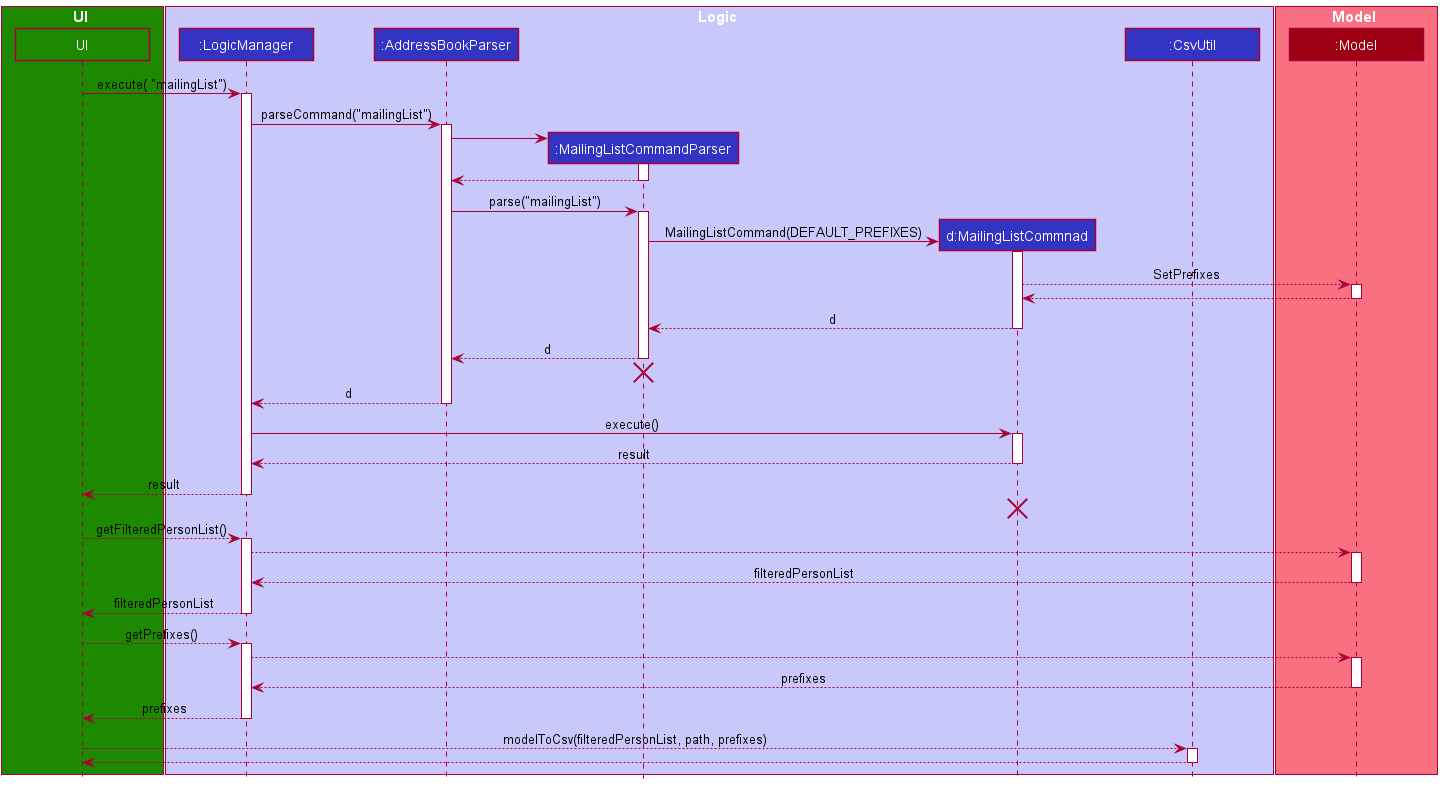
Earlier version of the PlantUML export docs/images/MailingListSequenceDiagram.png (nus-cs2103-AY2122S1/tp). Its diagram source:
```plantuml
@startuml
!include style.puml

box UI UI_COLOR
skinparam minClassWidth 120
participant "UI" as UI UI_COLOR
end box

box Logic LOGIC_COLOR_T1
participant ":LogicManager" as LogicManager LOGIC_COLOR
participant ":AddressBookParser" as AddressBookParser LOGIC_COLOR
participant ":MailingListCommandParser" as MailingListCommandParser LOGIC_COLOR
participant "d:MailingListCommnad" as MailingListCommand LOGIC_COLOR
participant ":CsvUtil" as CsvUtil LOGIC_COLOR
end box

box Model MODEL_COLOR_T1
participant ":Model" as Model MODEL_COLOR
end box

UI -> LogicManager : execute( "mailingList")
activate LogicManager

LogicManager -> AddressBookParser : parseCommand("mailingList")
activate AddressBookParser

create MailingListCommandParser
AddressBookParser -> MailingListCommandParser
activate MailingListCommandParser

MailingListCommandParser --> AddressBookParser
deactivate MailingListCommandParser

AddressBookParser -> MailingListCommandParser : parse("mailingList")
activate MailingListCommandParser

create MailingListCommand
MailingListCommandParser -> MailingListCommand : MailingListCommand(DEFAULT_PREFIXES)
activate MailingListCommand

MailingListCommand --> Model : SetPrefixes
activate Model
Model --> MailingListCommand
deactivate Model

MailingListCommand --> MailingListCommandParser : d
deactivate MailingListCommand

MailingListCommandParser --> AddressBookParser  : d
deactivate MailingListCommandParser
MailingListCommandParser -[hidden]-> AddressBookParser
destroy MailingListCommandParser

AddressBookParser --> LogicManager  : d
deactivate AddressBookParser

LogicManager -> MailingListCommand : execute()
activate MailingListCommand


MailingListCommand --> LogicManager : result
deactivate MailingListCommand

UI <--LogicManager: result
deactivate LogicManager
MailingListCommand -[hidden]-> LogicManager
destroy MailingListCommand

UI --> LogicManager : getFilteredPersonList()
activate LogicManager
LogicManager --> Model
activate Model
Model --> LogicManager : filteredPersonList
deactivate Model
LogicManager --> UI : filteredPersonList
deactivate LogicManager

UI --> LogicManager : getPrefixes()
activate LogicManager
LogicManager --> Model
activate Model
Model --> LogicManager : prefixes
deactivate Model
LogicManager --> UI : prefixes
deactivate LogicManager


UI --> CsvUtil : modelToCsv(filteredPersonList, path, prefixes)
activate CsvUtil
CsvUtil --> UI
deactivate CsvUtil
@enduml
```
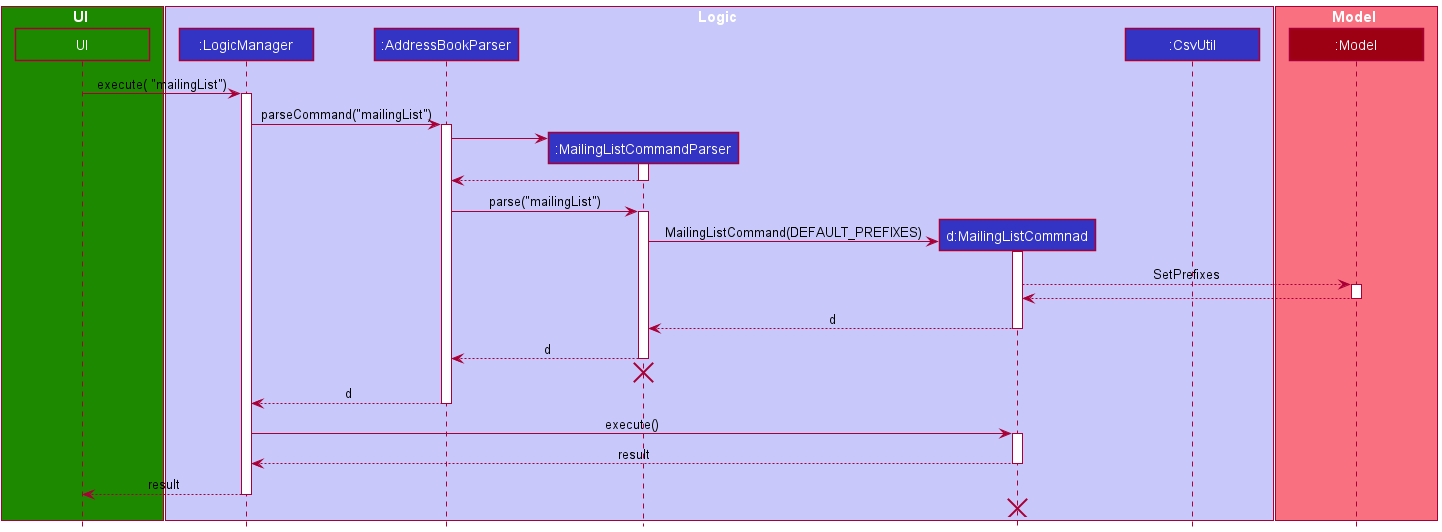
Later version of the same file.

Commit message:
Remove overlap between diagrams

The edit, as a diff of the source:
```diff
@@ -66,27 +66,4 @@
 MailingListCommand -[hidden]-> LogicManager
 destroy MailingListCommand
 
-UI --> LogicManager : getFilteredPersonList()
-activate LogicManager
-LogicManager --> Model
-activate Model
-Model --> LogicManager : filteredPersonList
-deactivate Model
-LogicManager --> UI : filteredPersonList
-deactivate LogicManager
-
-UI --> LogicManager : getPrefixes()
-activate LogicManager
-LogicManager --> Model
-activate Model
-Model --> LogicManager : prefixes
-deactivate Model
-LogicManager --> UI : prefixes
-deactivate LogicManager
-
-
-UI --> CsvUtil : modelToCsv(filteredPersonList, path, prefixes)
-activate CsvUtil
-CsvUtil --> UI
-deactivate CsvUtil
 @enduml
```
